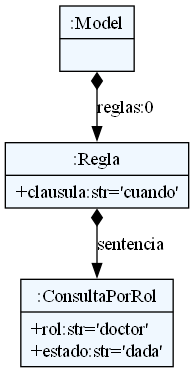
This is dsl/ast.png from Patrick-beep-ui/KURE, a Graphviz export, as it was before one commit. Its source is kept beside it as dsl/ast.dot.
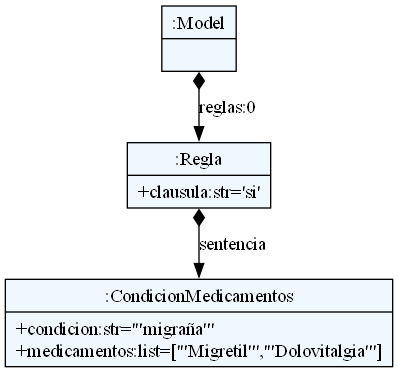
Later version of the same file.

Commit message:
Validation for CondicionMedicamentos rule

What changed in the source:
```diff
@@ -10,10 +10,10 @@
     edge[dir=black,arrowtail=empty]
 
 
-2706874030784 -> 2706874030880 [label="reglas:0" arrowtail=diamond dir=both]
-2706874030880 -> 2706874031024 [label="sentencia" arrowtail=diamond dir=both]
-2706874031024[label="{:ConsultaPorRol|+rol:str='doctor'\l+estado:str='dada'\l}"]
-2706874030880[label="{:Regla|+clausula:str='cuando'\l}"]
-2706874030784[label="{:Model|}"]
+1848575253280 -> 1848575253424 [label="reglas:0" arrowtail=diamond dir=both]
+1848575253424 -> 1848575253568 [label="sentencia" arrowtail=diamond dir=both]
+1848575253568[label="{:CondicionMedicamentos|+condicion:str='\"migraña\"'\l+medicamentos:list=['\"Migretil\"','\"Dolovitalgia\"']\l}"]
+1848575253424[label="{:Regla|+clausula:str='si'\l}"]
+1848575253280[label="{:Model|}"]
 
 }
```
